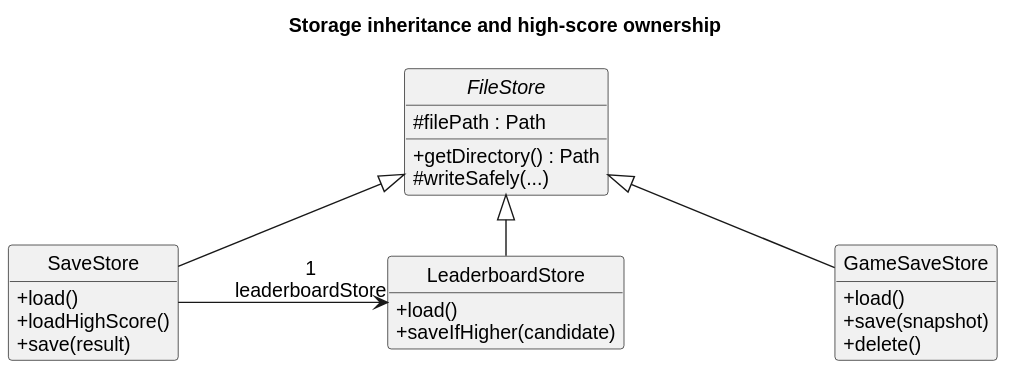
Above: docs/diagrams/storage-structure.svg in AY2627S1-CS2113-W12-4/tp (PlantUML), before the change.
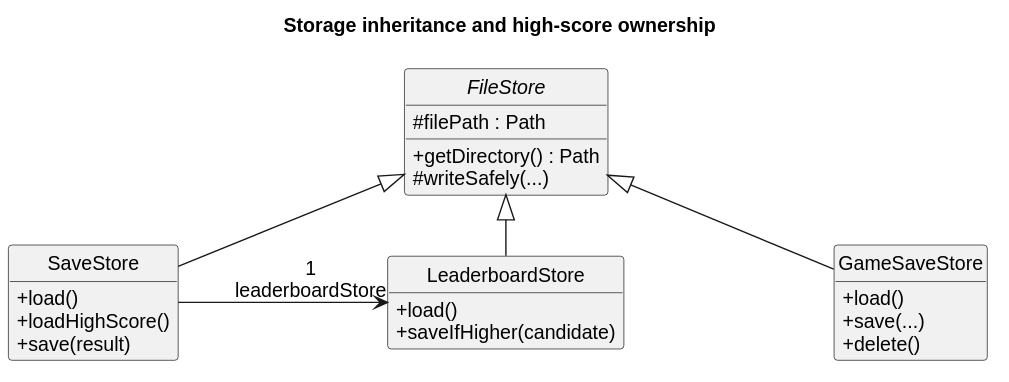
The same diagram one commit later.

The edit, as a diff of the source:
```diff
@@ -28,7 +28,7 @@
 }
 class GameSaveStore {
   +load()
-  +save(snapshot)
+  +save(...)
   +delete()
 }
 
```
